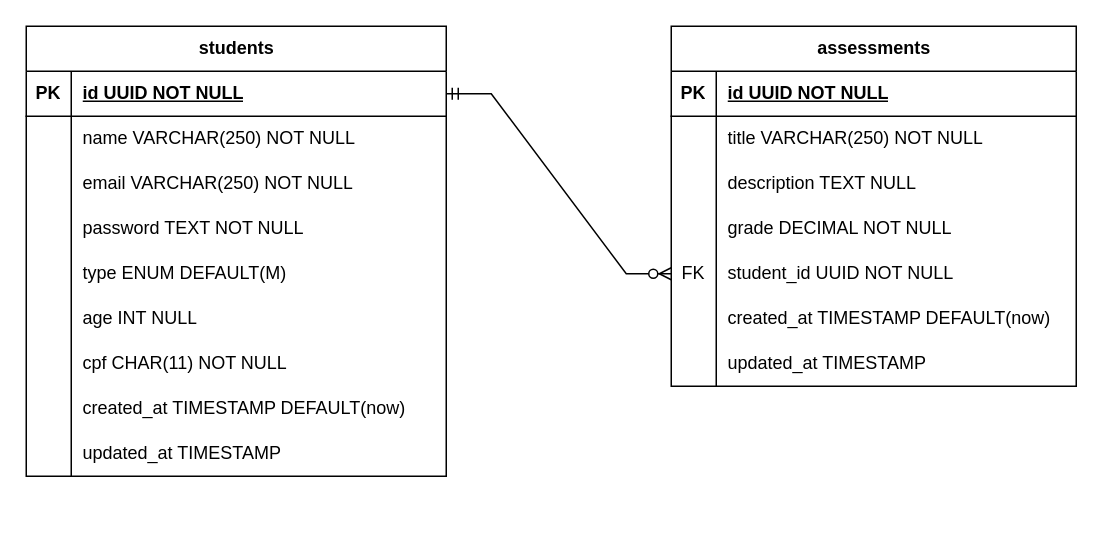
The draw.io diagram BLOCO-INTERMEDIARIO/BANCO-DADOS-II/academy-api/docs/academy.drawio in anderwll/STARTER-19ED, before the edit. Source tidied: cells renumbered, new cells numbered last; positions are measured from the earlier drawing's top-left corner, leaving out a move shared by most shapes. Both pictures are drawn from the tidied source at 150%, with x=0, y=0 at pixel (26, 26).
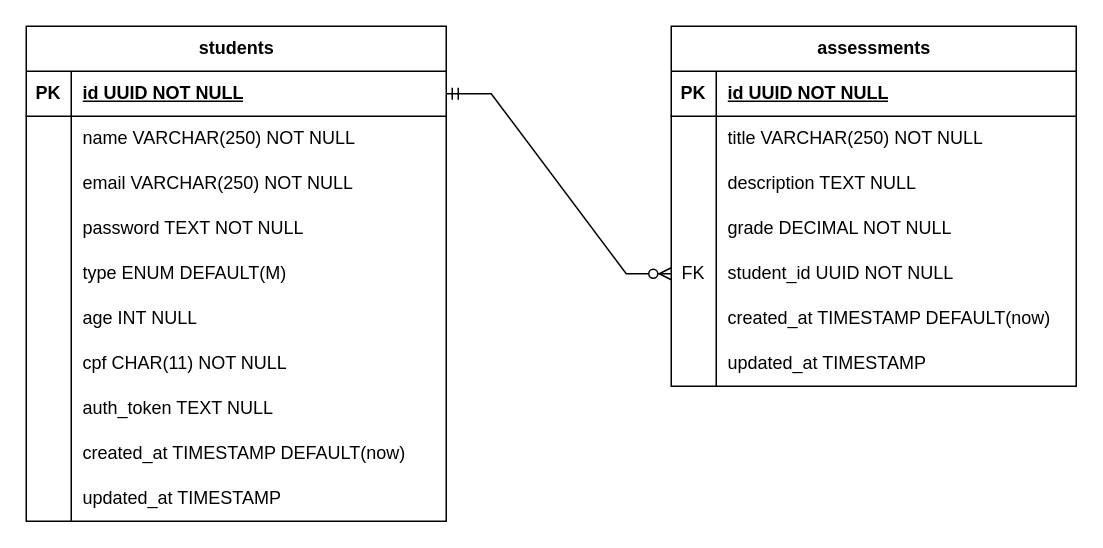
After the change.

Commit message:
base aula 20.10

Diff of the diagram source:
```diff
@@
     <mxCell id="2" value="students" style="shape=table;startSize=30;childLayout=tableLayout;rowLines=0;fontStyle=1;align=center;html=1;" parent="1" vertex="1">
-      <mxGeometry width="280" height="300" as="geometry" />
+      <mxGeometry width="280" height="330" as="geometry" />
     </mxCell>
@@
+    <mxCell id="53" style="shape=tableRow;horizontal=0;startSize=0;swimlaneHead=0;swimlaneBody=0;fillColor=none;top=0;left=0;right=0;bottom=0;" parent="2" vertex="1">
+      <mxGeometry y="240" width="280" height="30" as="geometry" />
+    </mxCell>
+    <mxCell id="54" style="shape=partialRectangle;fillColor=none;top=0;left=0;bottom=0;right=0;overflow=hidden;whiteSpace=wrap;html=1;" parent="53" vertex="1">
+      <mxGeometry width="30" height="30" as="geometry" />
+    </mxCell>
+    <mxCell id="55" value="auth_token TEXT NULL" style="shape=partialRectangle;fillColor=none;top=0;left=0;bottom=0;right=0;align=left;spacingLeft=6;overflow=hidden;whiteSpace=wrap;html=1;" parent="53" vertex="1">
+      <mxGeometry x="30" width="250" height="30" as="geometry" />
+    </mxCell>
     <mxCell id="24" style="shape=tableRow;horizontal=0;startSize=0;swimlaneHead=0;swimlaneBody=0;fillColor=none;top=0;left=0;right=0;bottom=0;" parent="2" vertex="1">
-      <mxGeometry y="240" width="280" height="30" as="geometry" />
+      <mxGeometry y="270" width="280" height="30" as="geometry" />
     </mxCell>
@@
     <mxCell id="27" style="shape=tableRow;horizontal=0;startSize=0;swimlaneHead=0;swimlaneBody=0;fillColor=none;top=0;left=0;right=0;bottom=0;" parent="2" vertex="1">
-      <mxGeometry y="270" width="280" height="30" as="geometry" />
+      <mxGeometry y="300" width="280" height="30" as="geometry" />
     </mxCell>
```
